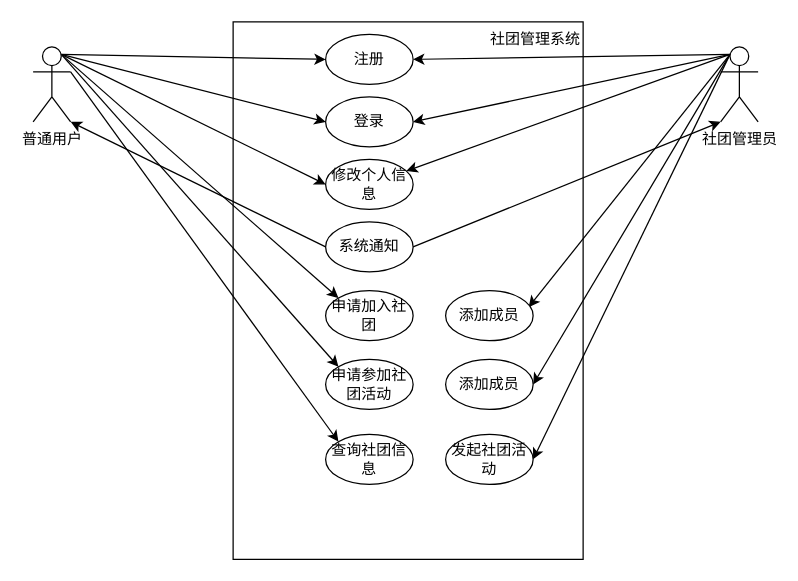
Before: UseCase.drawio in gaodi16366/test, a draw.io diagram. Source tidied: cells renumbered, new cells numbered last; positions are measured from the earlier drawing's top-left corner, leaving out a move shared by most shapes. Both pictures are drawn from the tidied source at 125%, with x=0, y=0 at pixel (32, 21).
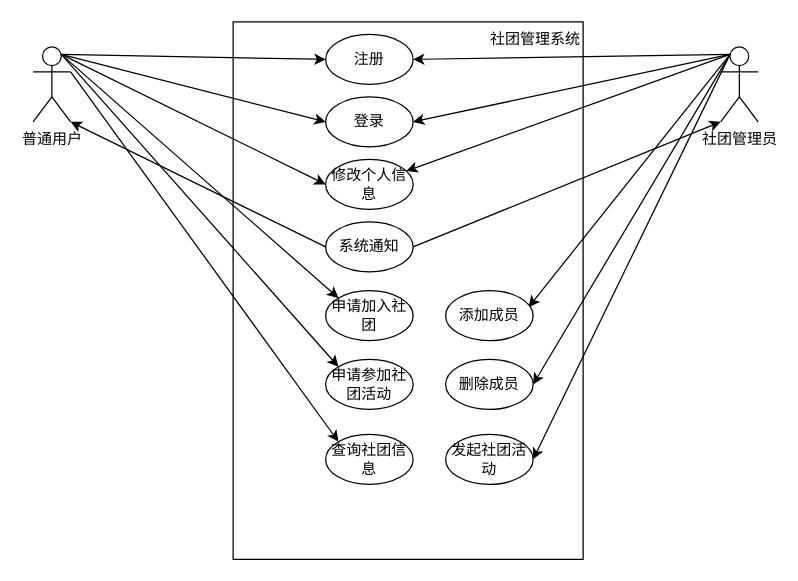
The same diagram, later.

The edit, as a diff of the source:
```diff
@@
-    <mxCell id="26" value="添加成员" style="ellipse;whiteSpace=wrap;html=1;" parent="1" vertex="1">
+    <mxCell id="26" value="删除成员" style="ellipse;whiteSpace=wrap;html=1;" parent="1" vertex="1">
       <mxGeometry x="330" y="270" width="70" height="40" as="geometry" />
     </mxCell>
```
